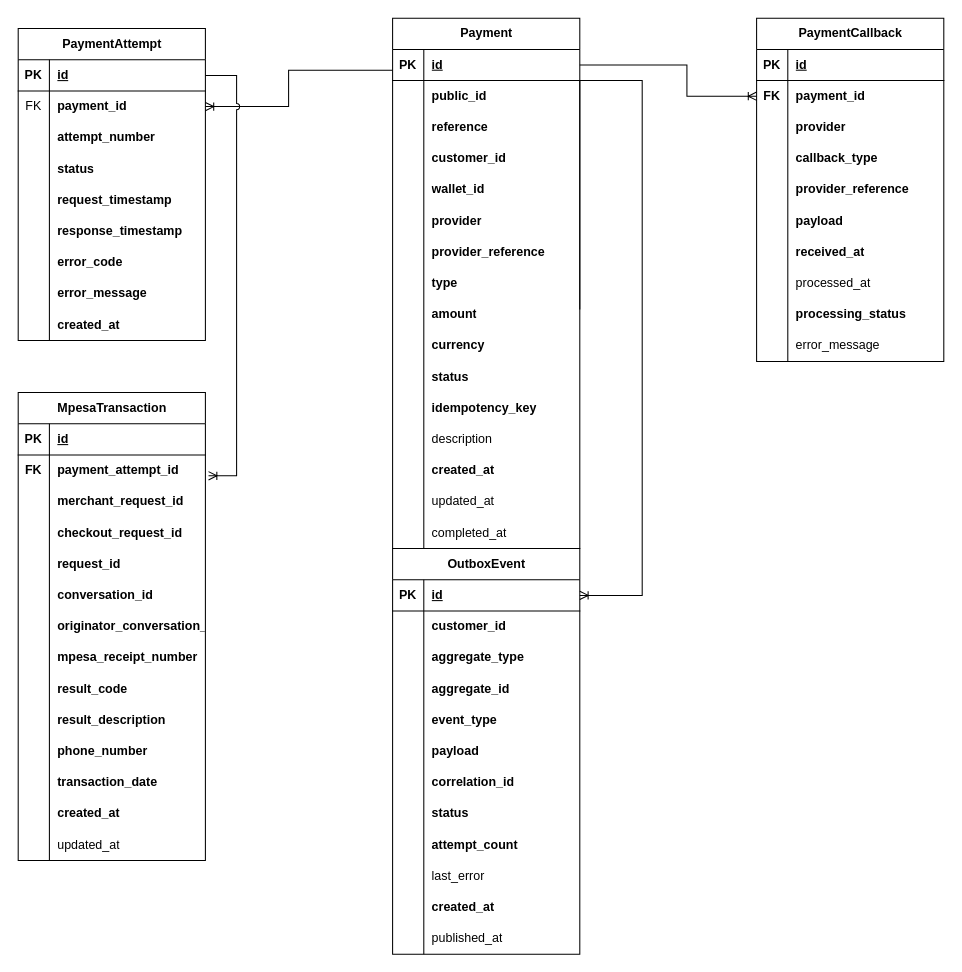
Before: documentation/payment-ms/Payment-MS-ERD.drawio in Nic3holas-wq/mobile-money-wallet-microservices, a draw.io diagram. Source tidied: cells renumbered, new cells numbered last; positions are measured from the earlier drawing's top-left corner, leaving out a move shared by most shapes. Both pictures are drawn from the tidied source at 104%, with x=0, y=0 at pixel (18, 18).
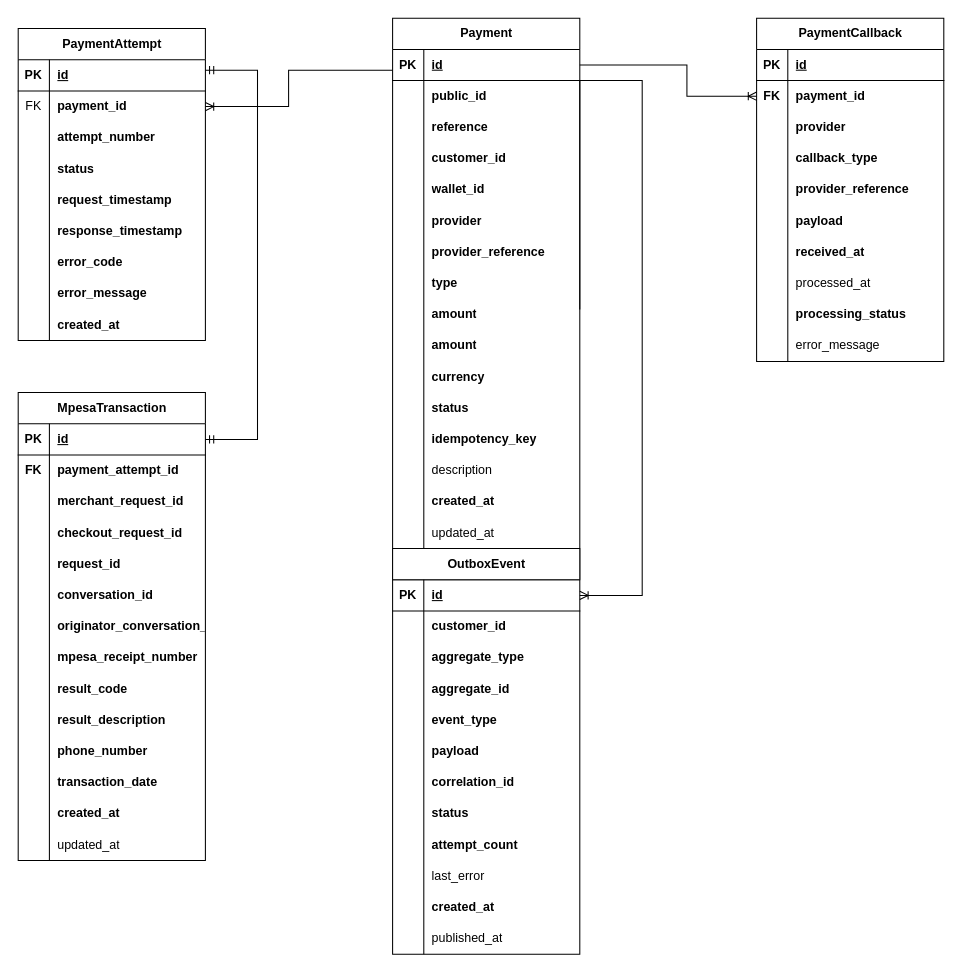
The same diagram, later.

Commit message (it also covers changes not shown here):
fix payments ERD

The change refers to these unchanged cells:
```xml
<mxCell id="120" style="shape=tableRow;horizontal=0;startSize=0;swimlaneHead=0;swimlaneBody=0;fillColor=none;points=[[0,0.5],[1,0.5]];portConstraint=eastwest;top=0;left=0;right=0;bottom=1;" parent="119" vertex="1">
  <mxGeometry y="30" width="180" height="30" as="geometry" />
</mxCell>
<mxCell id="148" style="shape=tableRow;horizontal=0;startSize=0;swimlaneHead=0;swimlaneBody=0;fillColor=none;points=[[0,0.5],[1,0.5]];portConstraint=eastwest;top=0;left=0;right=0;bottom=1;" parent="147" vertex="1">
  <mxGeometry y="30" width="180" height="30" as="geometry" />
</mxCell>
```

Diff of the diagram source:
```diff
@@
     <mxCell id="2" value="Payment" style="shape=table;startSize=30;childLayout=tableLayout;rowLines=0;fontStyle=1;align=center;html=1;" parent="1" vertex="1">
-      <mxGeometry x="360" width="180" height="510" as="geometry" />
+      <mxGeometry x="360" width="180" height="540" as="geometry" />
     </mxCell>
@@
+    <mxCell id="194" style="shape=tableRow;horizontal=0;startSize=0;swimlaneHead=0;swimlaneBody=0;fillColor=none;top=0;left=0;right=0;bottom=0;" parent="2" vertex="1">
+      <mxGeometry y="270" width="180" height="30" as="geometry" />
+    </mxCell>
+    <mxCell id="195" style="shape=partialRectangle;fillColor=none;top=0;left=0;bottom=0;right=0;overflow=hidden;whiteSpace=wrap;html=1;" parent="194" vertex="1">
+      <mxGeometry width="30" height="30" as="geometry" />
+    </mxCell>
+    <mxCell id="196" value="amount" style="shape=partialRectangle;fillColor=none;top=0;left=0;bottom=0;right=0;align=left;spacingLeft=6;overflow=hidden;whiteSpace=wrap;html=1;fontStyle=1;" parent="194" vertex="1">
+      <mxGeometry x="30" width="150" height="30" as="geometry" />
+    </mxCell>
     <mxCell id="27" style="shape=tableRow;horizontal=0;startSize=0;swimlaneHead=0;swimlaneBody=0;fillColor=none;top=0;left=0;right=0;bottom=0;" parent="2" vertex="1">
-      <mxGeometry y="270" width="180" height="30" as="geometry" />
+      <mxGeometry y="300" width="180" height="30" as="geometry" />
     </mxCell>
@@
     <mxCell id="30" style="shape=tableRow;horizontal=0;startSize=0;swimlaneHead=0;swimlaneBody=0;fillColor=none;top=0;left=0;right=0;bottom=0;" parent="2" vertex="1">
-      <mxGeometry y="300" width="180" height="30" as="geometry" />
+      <mxGeometry y="330" width="180" height="30" as="geometry" />
     </mxCell>
@@
     <mxCell id="33" style="shape=tableRow;horizontal=0;startSize=0;swimlaneHead=0;swimlaneBody=0;fillColor=none;top=0;left=0;right=0;bottom=0;" parent="2" vertex="1">
-      <mxGeometry y="330" width="180" height="30" as="geometry" />
+      <mxGeometry y="360" width="180" height="30" as="geometry" />
     </mxCell>
@@
     <mxCell id="36" style="shape=tableRow;horizontal=0;startSize=0;swimlaneHead=0;swimlaneBody=0;fillColor=none;top=0;left=0;right=0;bottom=0;" parent="2" vertex="1">
-      <mxGeometry y="360" width="180" height="30" as="geometry" />
+      <mxGeometry y="390" width="180" height="30" as="geometry" />
     </mxCell>
@@
     <mxCell id="39" style="shape=tableRow;horizontal=0;startSize=0;swimlaneHead=0;swimlaneBody=0;fillColor=none;top=0;left=0;right=0;bottom=0;" parent="2" vertex="1">
-      <mxGeometry y="390" width="180" height="30" as="geometry" />
+      <mxGeometry y="420" width="180" height="30" as="geometry" />
     </mxCell>
@@
     <mxCell id="42" style="shape=tableRow;horizontal=0;startSize=0;swimlaneHead=0;swimlaneBody=0;fillColor=none;top=0;left=0;right=0;bottom=0;" parent="2" vertex="1">
-      <mxGeometry y="420" width="180" height="30" as="geometry" />
+      <mxGeometry y="450" width="180" height="30" as="geometry" />
     </mxCell>
@@
     <mxCell id="45" style="shape=tableRow;horizontal=0;startSize=0;swimlaneHead=0;swimlaneBody=0;fillColor=none;top=0;left=0;right=0;bottom=0;" parent="2" vertex="1">
-      <mxGeometry y="450" width="180" height="30" as="geometry" />
+      <mxGeometry y="480" width="180" height="30" as="geometry" />
     </mxCell>
@@
     <mxCell id="48" style="shape=tableRow;horizontal=0;startSize=0;swimlaneHead=0;swimlaneBody=0;fillColor=none;top=0;left=0;right=0;bottom=0;" parent="2" vertex="1">
-      <mxGeometry y="480" width="180" height="30" as="geometry" />
+      <mxGeometry y="510" width="180" height="30" as="geometry" />
     </mxCell>
@@
-    <mxCell id="192" style="edgeStyle=orthogonalEdgeStyle;fontSize=12;html=1;endArrow=ERoneToMany;rounded=0;exitX=1;exitY=0.5;exitDx=0;exitDy=0;jumpStyle=arc;" parent="1" edge="1" source="120">
-      <mxGeometry relative="1" as="geometry">
-        <mxPoint x="183" y="440" as="targetPoint" />
-        <Array as="points">
-          <mxPoint x="210" y="55" />
-          <mxPoint x="210" y="440" />
-        </Array>
-      </mxGeometry>
-    </mxCell>
@@
+    <mxCell id="197" style="edgeStyle=orthogonalEdgeStyle;fontSize=12;html=1;endArrow=ERmandOne;startArrow=ERmandOne;rounded=0;entryX=1;entryY=0.5;entryDx=0;entryDy=0;" parent="1" edge="1" target="148">
+      <mxGeometry relative="1" as="geometry">
+        <mxPoint x="180" y="50" as="sourcePoint" />
+        <Array as="points">
+          <mxPoint x="230.1" y="50" />
+          <mxPoint x="230.1" y="405.1" />
+        </Array>
+      </mxGeometry>
+    </mxCell>
```
